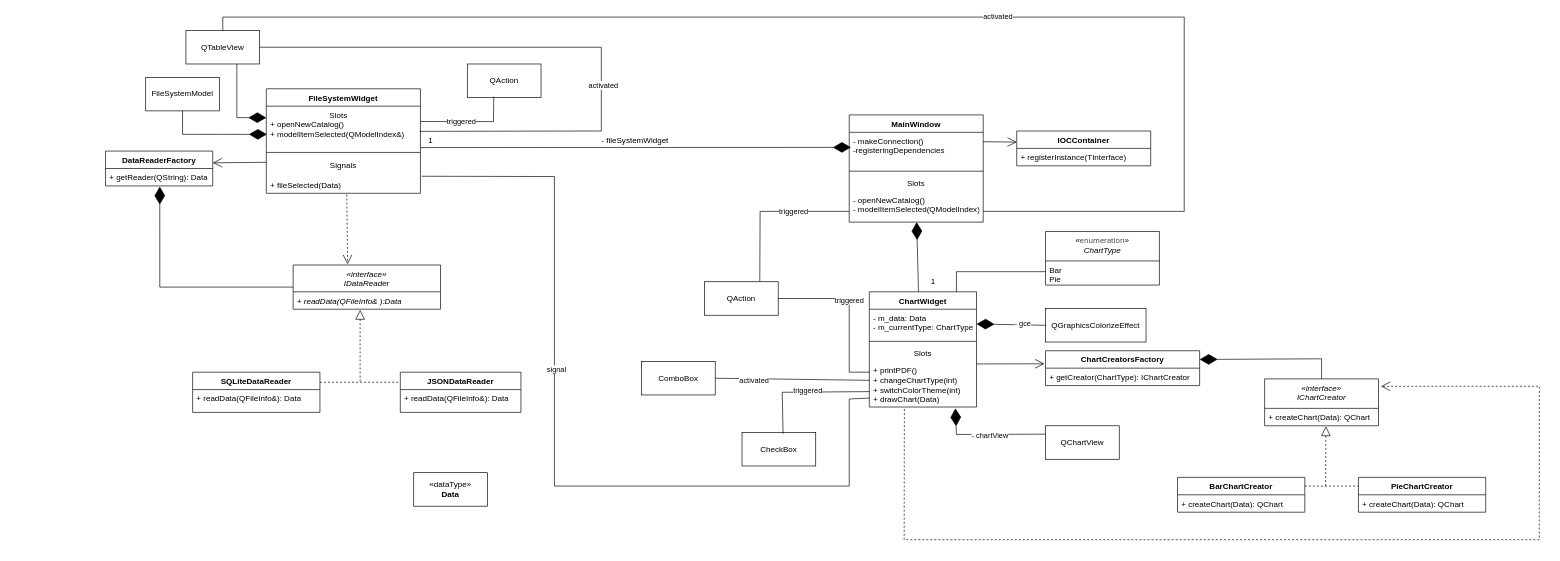
Earlier version of the draw.io diagram Diagram/ChartPDF.drawio (VladaShudegova/sdt_lab3). Source tidied: cells renumbered, new cells numbered last; positions are measured from the earlier drawing's top-left corner, leaving out a move shared by most shapes. Both pictures are drawn from the tidied source at 67%, with x=0, y=0 at pixel (105, 17).
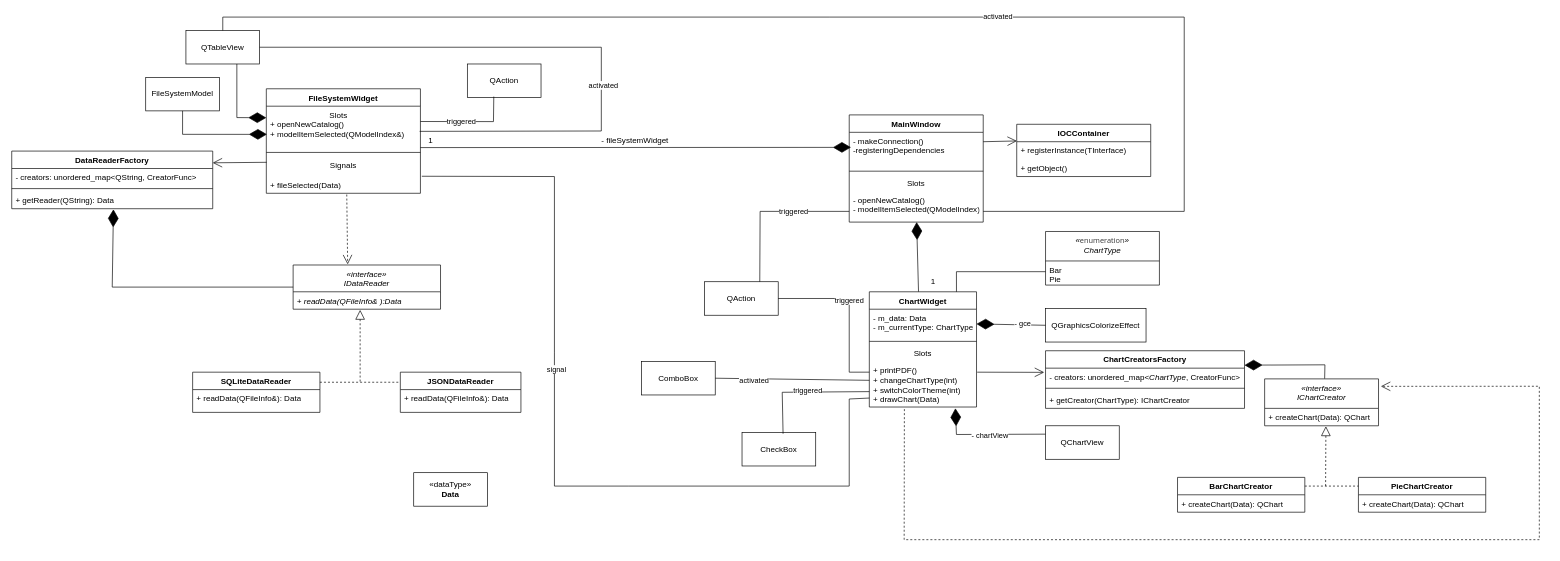
After the change.

Commit message (it also covers changes not shown here):
Change diagram class

The change refers to these unchanged cells:
```xml
<mxCell id="15" value="&lt;span style=&quot;font-weight: normal;&quot;&gt;&lt;i&gt;«interface»&lt;br style=&quot;&quot;&gt;IDataReader&lt;/i&gt;&lt;/span&gt;" style="swimlane;fontStyle=1;align=center;verticalAlign=top;horizontal=1;startSize=40;whiteSpace=wrap;html=1;" parent="1" vertex="1">
  <mxGeometry x="280" y="370" width="220" height="66" as="geometry" />
</mxCell>
<mxCell id="37" value="+ printPDF()&lt;div&gt;+&amp;nbsp;changeChartType(int)&lt;/div&gt;&lt;div&gt;+&amp;nbsp;switchColorTheme(int)&lt;/div&gt;&lt;div&gt;+&amp;nbsp;&lt;span style=&quot;background-color: transparent; color: light-dark(rgb(0, 0, 0), rgb(255, 255, 255));&quot;&gt;drawChart(Data)&lt;/span&gt;&lt;/div&gt;" style="text;strokeColor=none;fillColor=none;align=left;verticalAlign=top;spacingLeft=4;spacingRight=4;overflow=hidden;points=[[0,0.5],[1,0.5]];portConstraint=eastwest;whiteSpace=wrap;html=1;" parent="33" vertex="1">
  <mxGeometry y="104" width="160" height="68" as="geometry" />
</mxCell>
<mxCell id="40" value="&lt;i style=&quot;font-weight: normal;&quot;&gt;«interface»&lt;br&gt;IChartCreator&lt;/i&gt;" style="swimlane;fontStyle=1;align=center;verticalAlign=top;horizontal=1;startSize=44;whiteSpace=wrap;html=1;" parent="1" vertex="1">
  <mxGeometry x="1730" y="540" width="170" height="70" as="geometry" />
</mxCell>
```

Diff of the diagram source:
```diff
@@
     <mxCell id="18" value="DataReaderFactory" style="swimlane;fontStyle=1;align=center;verticalAlign=top;horizontal=1;startSize=26;whiteSpace=wrap;html=1;" parent="1" vertex="1">
-      <mxGeometry y="200" width="160" height="52" as="geometry" />
+      <mxGeometry x="-140" y="200" width="300" height="86" as="geometry" />
     </mxCell>
+    <mxCell id="85" value="- creators:&amp;nbsp;unordered_map&amp;lt;QString, CreatorFunc&amp;gt;" style="text;strokeColor=none;fillColor=none;align=left;verticalAlign=top;spacingLeft=4;spacingRight=4;overflow=hidden;whiteSpace=wrap;html=1;" parent="18" vertex="1">
+      <mxGeometry y="26" width="300" height="26" as="geometry" />
+    </mxCell>
+    <mxCell id="86" style="line;strokeWidth=1;fillColor=none;align=left;verticalAlign=middle;spacingTop=-1;spacingLeft=3;spacingRight=3;labelPosition=right;strokeColor=inherit;" parent="18" vertex="1">
+      <mxGeometry y="52" width="300" height="8" as="geometry" />
+    </mxCell>
     <mxCell id="19" value="+ getReader(QString): Data" style="text;strokeColor=none;fillColor=none;align=left;verticalAlign=top;spacingLeft=4;spacingRight=4;overflow=hidden;points=[[0,0.5],[1,0.5]];portConstraint=eastwest;whiteSpace=wrap;html=1;" parent="18" vertex="1">
-      <mxGeometry y="26" width="160" height="26" as="geometry" />
+      <mxGeometry y="60" width="300" height="26" as="geometry" />
     </mxCell>
@@
     <mxCell id="21" style="endArrow=diamondThin;endFill=1;endSize=24;html=1;rounded=0;entryX=0.506;entryY=1.038;entryDx=0;entryDy=0;entryPerimeter=0;exitX=0;exitY=0.5;exitDx=0;exitDy=0;" parent="1" edge="1" source="15" target="19">
       <mxGeometry relative="1" as="geometry">
         <Array as="points">
-          <mxPoint x="81" y="403" />
+          <mxPoint x="10" y="403" />
         </Array>
       </mxGeometry>
     </mxCell>
@@
     <mxCell id="38" value="ChartCreatorsFactory" style="swimlane;fontStyle=1;align=center;verticalAlign=top;horizontal=1;startSize=26;whiteSpace=wrap;html=1;" parent="1" vertex="1">
-      <mxGeometry x="1403" y="498" width="230" height="52" as="geometry" />
+      <mxGeometry x="1403" y="498" width="297" height="86" as="geometry" />
     </mxCell>
+    <mxCell id="87" value="- creators:&amp;nbsp;unordered_map&amp;lt;&lt;i style=&quot;font-weight: 700; text-align: center;&quot;&gt;&lt;span style=&quot;font-weight: 400;&quot;&gt;ChartType&lt;/span&gt;&lt;/i&gt;, CreatorFunc&amp;gt;" style="text;strokeColor=none;fillColor=none;align=left;verticalAlign=top;spacingLeft=4;spacingRight=4;overflow=hidden;whiteSpace=wrap;html=1;" parent="38" vertex="1">
+      <mxGeometry y="26" width="297" height="26" as="geometry" />
+    </mxCell>
+    <mxCell id="88" style="line;strokeWidth=1;fillColor=none;align=left;verticalAlign=middle;spacingTop=-1;spacingLeft=3;spacingRight=3;labelPosition=right;strokeColor=inherit;" parent="38" vertex="1">
+      <mxGeometry y="52" width="297" height="8" as="geometry" />
+    </mxCell>
     <mxCell id="39" value="+ getCreator(ChartType): IChartCreator" style="text;strokeColor=none;fillColor=none;align=left;verticalAlign=top;spacingLeft=4;spacingRight=4;overflow=hidden;whiteSpace=wrap;html=1;" parent="38" vertex="1">
-      <mxGeometry y="26" width="230" height="26" as="geometry" />
+      <mxGeometry y="60" width="297" height="26" as="geometry" />
     </mxCell>
@@
-    <mxCell id="49" style="endArrow=open;endFill=1;endSize=12;html=1;rounded=0;entryX=-0.007;entryY=0.375;entryDx=0;entryDy=0;entryPerimeter=0;exitX=1;exitY=0.054;exitDx=0;exitDy=0;exitPerimeter=0;" parent="1" edge="1" source="37" target="38">
-      <mxGeometry relative="1" as="geometry" />
+    <mxCell id="49" style="endArrow=open;endFill=1;endSize=12;html=1;rounded=0;entryX=-0.007;entryY=0.375;entryDx=0;entryDy=0;entryPerimeter=0;" parent="1" edge="1" target="38">
+      <mxGeometry relative="1" as="geometry">
+        <mxPoint x="1301" y="530" as="sourcePoint" />
+      </mxGeometry>
     </mxCell>
@@
     <mxCell id="56" value="IOCContainer" style="swimlane;fontStyle=1;align=center;verticalAlign=top;horizontal=1;startSize=26;whiteSpace=wrap;html=1;" parent="1" vertex="1">
-      <mxGeometry x="1360" y="170" width="200" height="52" as="geometry" />
+      <mxGeometry x="1360" y="160" width="200" height="78" as="geometry" />
     </mxCell>
@@
+    <mxCell id="89" value="+ getObject()" style="text;strokeColor=none;fillColor=none;align=left;verticalAlign=top;spacingLeft=4;spacingRight=4;overflow=hidden;whiteSpace=wrap;html=1;" parent="56" vertex="1">
+      <mxGeometry y="52" width="200" height="26" as="geometry" />
+    </mxCell>
@@
-    <mxCell id="64" style="endArrow=diamondThin;endFill=1;endSize=24;html=1;rounded=0;exitX=0.5;exitY=0;exitDx=0;exitDy=0;entryX=1;entryY=0.25;entryDx=0;entryDy=0;" parent="1" edge="1" source="40" target="38">
+    <mxCell id="64" style="endArrow=diamondThin;endFill=1;endSize=24;html=1;rounded=0;exitX=0.527;exitY=-0.006;exitDx=0;exitDy=0;entryX=1;entryY=0.25;entryDx=0;entryDy=0;exitPerimeter=0;" parent="1" edge="1" source="40" target="38">
       <mxGeometry relative="1" as="geometry">
         <Array as="points">
-          <mxPoint x="1815" y="510" />
+          <mxPoint x="1820" y="519" />
         </Array>
       </mxGeometry>
     </mxCell>
```
